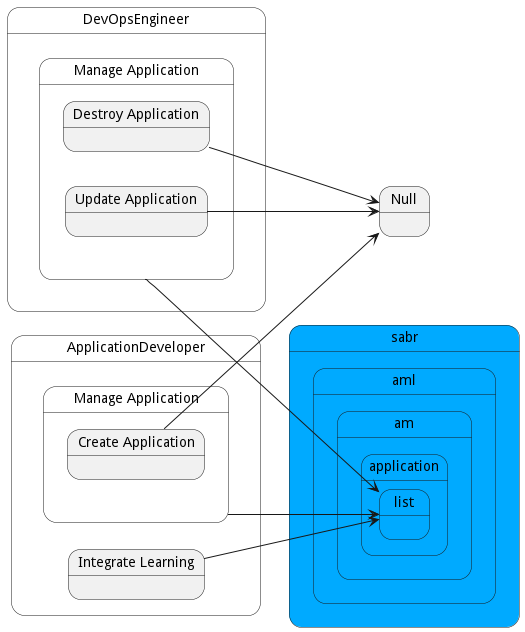
Before: docs/sabr/aml/am/scenariomapping.png, a diagram exported from PlantUML (madajaju/sabr).
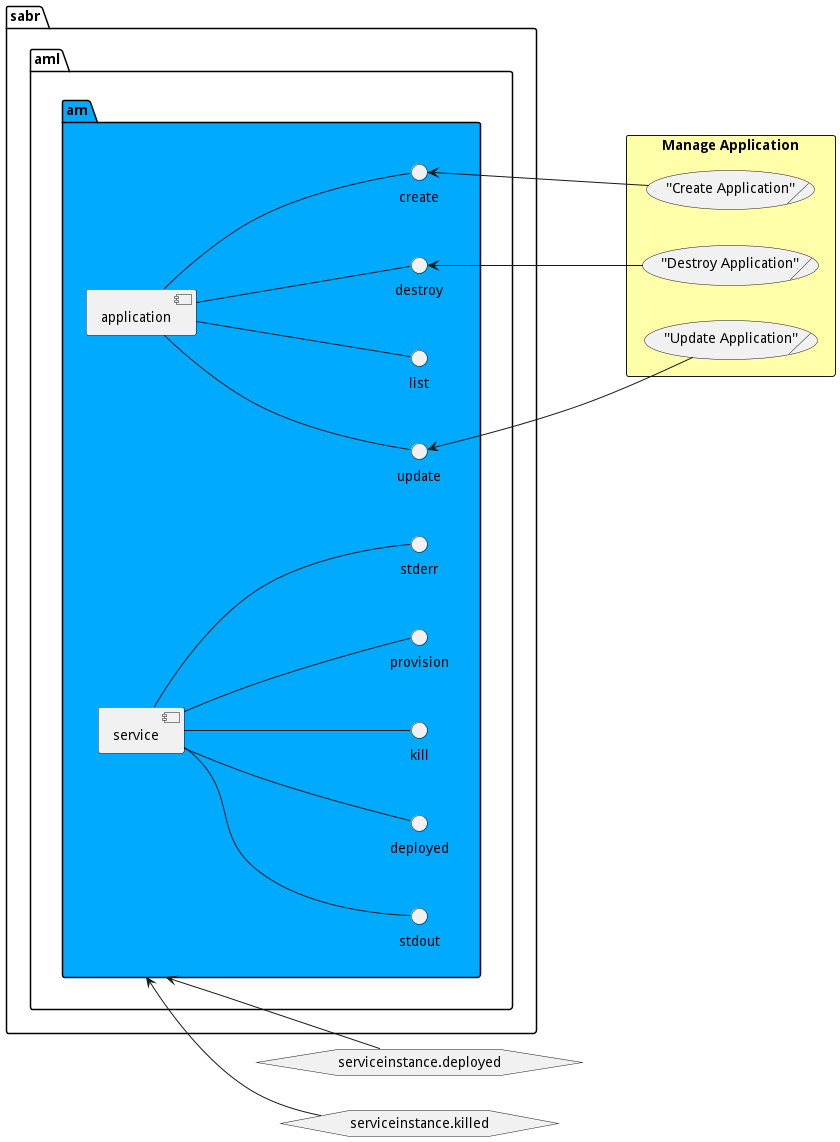
After the commit.

Change to the diagram source:
```diff
@@ -2,89 +2,139 @@
 left to right direction
 
 
-
-state "ApplicationDeveloper" as ApplicationDeveloper {
-    state "Integrate Learning" as ApplicationDeveloperIntegrateLearning {
-    }
-}
-state "sabr" as sabr #00aaff {
-state "aml" as sabraml #00aaff {
-state "am" as sabramlam #00aaff {
-state "application" as sabramlamapplication #00aaff {
-state "list" as sabramlamapplicationlist #00aaff {
-}
-}
+    package "sabr" as sabr {
+package "aml" as sabraml {
+package "am" as sabramlam #00aaff {
+ component "application" as sabramlamapplication
+ interface "create" as sabramlamapplicationcreate
+sabramlamapplication -- sabramlamapplicationcreate
 }
 }
 }
 
-ApplicationDeveloperIntegrateLearning --> sabramlamapplicationlist
 
-
-
-state "DevOpsEngineer" as DevOpsEngineer {
-    state "Manage Application" as DevOpsEngineerManageApplication {
-    }
-}
-state "sabr" as sabr #00aaff {
-state "aml" as sabraml #00aaff {
-state "am" as sabramlam #00aaff {
-state "application" as sabramlamapplication #00aaff {
-state "list" as sabramlamapplicationlist #00aaff {
-}
-}
+    package "sabr" as sabr {
+package "aml" as sabraml {
+package "am" as sabramlam #00aaff {
+ component "application" as sabramlamapplication
+ interface "destroy" as sabramlamapplicationdestroy
+sabramlamapplication -- sabramlamapplicationdestroy
 }
 }
 }
 
-DevOpsEngineerManageApplication --> sabramlamapplicationlist
 
-state "ApplicationDeveloper" as ApplicationDeveloper {
-    state "Manage Application" as ApplicationDeveloperManageApplication {
-    }
-}
-state "sabr" as sabr #00aaff {
-state "aml" as sabraml #00aaff {
-state "am" as sabramlam #00aaff {
-state "application" as sabramlamapplication #00aaff {
-state "list" as sabramlamapplicationlist #00aaff {
-}
-}
+    package "sabr" as sabr {
+package "aml" as sabraml {
+package "am" as sabramlam #00aaff {
+ component "application" as sabramlamapplication
+ interface "list" as sabramlamapplicationlist
+sabramlamapplication -- sabramlamapplicationlist
 }
 }
 }
 
-ApplicationDeveloperManageApplication --> sabramlamapplicationlist
+
+    package "sabr" as sabr {
+package "aml" as sabraml {
+package "am" as sabramlam #00aaff {
+ component "application" as sabramlamapplication
+ interface "update" as sabramlamapplicationupdate
+sabramlamapplication -- sabramlamapplicationupdate
+}
+}
+}
 
 
-    state "ApplicationDeveloper" as ApplicationDeveloper {
-        state "Manage Application" as ApplicationDeveloperManageApplication {
-            state "Create Application" as ApplicationDeveloperManageApplicationCreateApplication {
-            }
-        }
-    }
-
-    ApplicationDeveloperManageApplicationCreateApplication --> Null
+    package "sabr" as sabr {
+package "aml" as sabraml {
+package "am" as sabramlam #00aaff {
+ component "service" as sabramlamservice
+ interface "deployed" as sabramlamservicedeployed
+sabramlamservice -- sabramlamservicedeployed
+}
+}
+}
 
 
-    state "DevOpsEngineer" as DevOpsEngineer {
-        state "Manage Application" as DevOpsEngineerManageApplication {
-            state "Destroy Application" as DevOpsEngineerManageApplicationDestroyApplication {
-            }
-        }
-    }
-
-    DevOpsEngineerManageApplicationDestroyApplication --> Null
+    package "sabr" as sabr {
+package "aml" as sabraml {
+package "am" as sabramlam #00aaff {
+ component "service" as sabramlamservice
+ interface "kill" as sabramlamservicekill
+sabramlamservice -- sabramlamservicekill
+}
+}
+}
 
 
-    state "DevOpsEngineer" as DevOpsEngineer {
-        state "Manage Application" as DevOpsEngineerManageApplication {
-            state "Update Application" as DevOpsEngineerManageApplicationUpdateApplication {
-            }
+    package "sabr" as sabr {
+package "aml" as sabraml {
+package "am" as sabramlam #00aaff {
+ component "service" as sabramlamservice
+ interface "provision" as sabramlamserviceprovision
+sabramlamservice -- sabramlamserviceprovision
+}
+}
+}
+
+
+    package "sabr" as sabr {
+package "aml" as sabraml {
+package "am" as sabramlam #00aaff {
+ component "service" as sabramlamservice
+ interface "stderr" as sabramlamservicestderr
+sabramlamservice -- sabramlamservicestderr
+}
+}
+}
+
+
+    package "sabr" as sabr {
+package "aml" as sabraml {
+package "am" as sabramlam #00aaff {
+ component "service" as sabramlamservice
+ interface "stdout" as sabramlamservicestdout
+sabramlamservice -- sabramlamservicestdout
+}
+}
+}
+
+
+hexagon "serviceinstance.deployed" as serviceinstancedeployed
+            sabramlam <-- serviceinstancedeployed
+
+hexagon "serviceinstance.killed" as serviceinstancekilled
+            sabramlam <-- serviceinstancekilled
+
+
+
+        rectangle "Manage Application" as ManageApplication #ffffaa {
+            ("Create Application")/ as ApplicationDeveloperManageApplicationCreateApplication
         }
-    }
 
-    DevOpsEngineerManageApplicationUpdateApplication --> Null
+    sabramlamapplicationcreate <-- ApplicationDeveloperManageApplicationCreateApplication
+
+        rectangle "Manage Application" as ManageApplication #ffffaa {
+            ("Destroy Application")/ as DevOpsEngineerManageApplicationDestroyApplication
+        }
+
+    sabramlamapplicationdestroy <-- DevOpsEngineerManageApplicationDestroyApplication
+
+        rectangle "Manage Application" as ManageApplication #ffffaa {
+            ("Update Application")/ as DevOpsEngineerManageApplicationUpdateApplication
+        }
+
+    sabramlamapplicationupdate <-- DevOpsEngineerManageApplicationUpdateApplication
+
+
+
+
+
+
+
+
+
 
 
 
```
